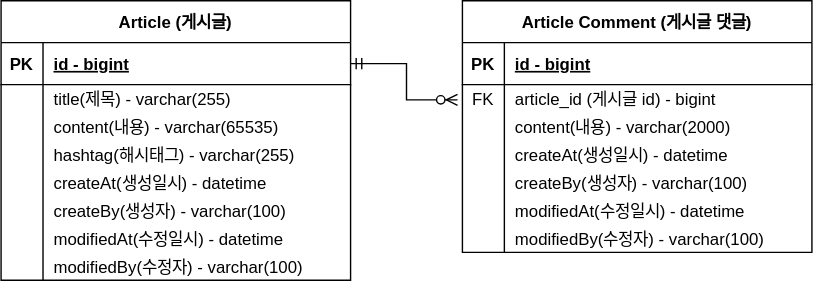
Earlier version of the draw.io export fastcamus-project-board/document/project-board.svg (whdudtjr/fastcampus-project-board). Source tidied: cells renumbered, new cells last; positions are measured from the earlier drawing's top-left corner, leaving out a move shared by most shapes.
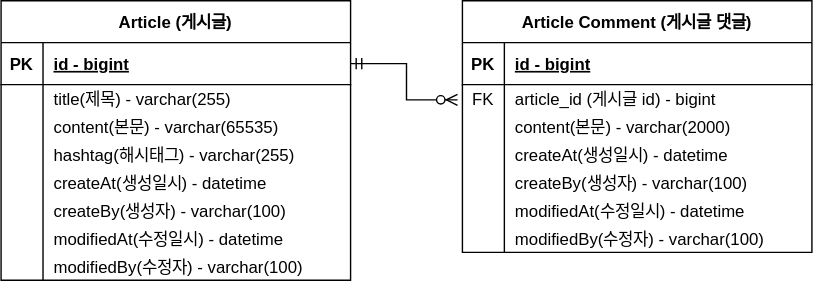
The same file after the commit.

Commit message:
#8 - ERD 주석 업데이트: project-board-erd.svg

Change to the diagram source:
```diff
@@ -32,7 +32,7 @@
     <mxCell id="11" style="shape=partialRectangle;overflow=hidden;fillColor=none;top=0;left=0;bottom=0;right=0;" parent="10" vertex="1">
       <mxGeometry width="30" height="20" as="geometry" />
     </mxCell>
-    <mxCell id="12" value="content(내용) - varchar(65535)                        " style="shape=partialRectangle;overflow=hidden;fillColor=none;top=0;left=0;bottom=0;right=0;align=left;spacingLeft=6;" parent="10" vertex="1">
+    <mxCell id="12" value="content(본문) - varchar(65535)                        " style="shape=partialRectangle;overflow=hidden;fillColor=none;top=0;left=0;bottom=0;right=0;align=left;spacingLeft=6;" parent="10" vertex="1">
       <mxGeometry x="30" width="220" height="20" as="geometry" />
     </mxCell>
     <mxCell id="13" style="shape=partialRectangle;fillColor=none;top=0;left=0;right=0;bottom=0;" parent="3" vertex="1">
@@ -107,7 +107,7 @@
     <mxCell id="36" style="shape=partialRectangle;overflow=hidden;fillColor=none;top=0;left=0;bottom=0;right=0;" parent="35" vertex="1">
       <mxGeometry width="30" height="20" as="geometry" />
     </mxCell>
-    <mxCell id="37" value="content(내용) - varchar(2000)                        " style="shape=partialRectangle;overflow=hidden;fillColor=none;top=0;left=0;bottom=0;right=0;align=left;spacingLeft=6;" parent="35" vertex="1">
+    <mxCell id="37" value="content(본문) - varchar(2000)                        " style="shape=partialRectangle;overflow=hidden;fillColor=none;top=0;left=0;bottom=0;right=0;align=left;spacingLeft=6;" parent="35" vertex="1">
       <mxGeometry x="30" width="220" height="20" as="geometry" />
     </mxCell>
     <mxCell id="38" style="shape=partialRectangle;fillColor=none;top=0;left=0;right=0;bottom=0;" parent="28" vertex="1">
```
